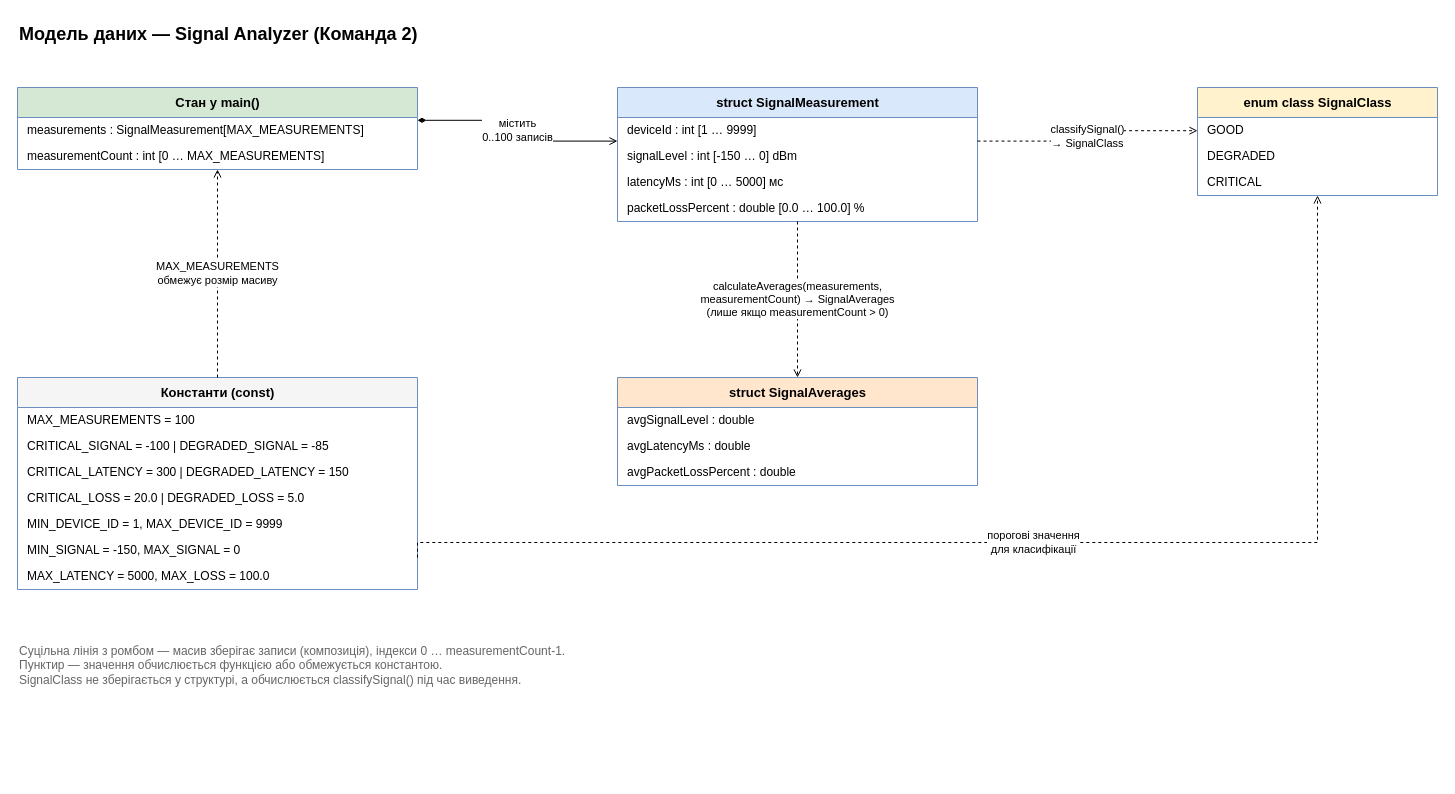
Above: services/signal-analyzer/docs/data-model.drawio in lviv-polytechnic-sap/network-operations-simulator (draw.io), before the change. Source tidied: cells renumbered, new cells numbered last; positions are measured from the earlier drawing's top-left corner, leaving out a move shared by most shapes. Both pictures are drawn from the tidied source at 100%, with x=0, y=0 at pixel (17, 17).
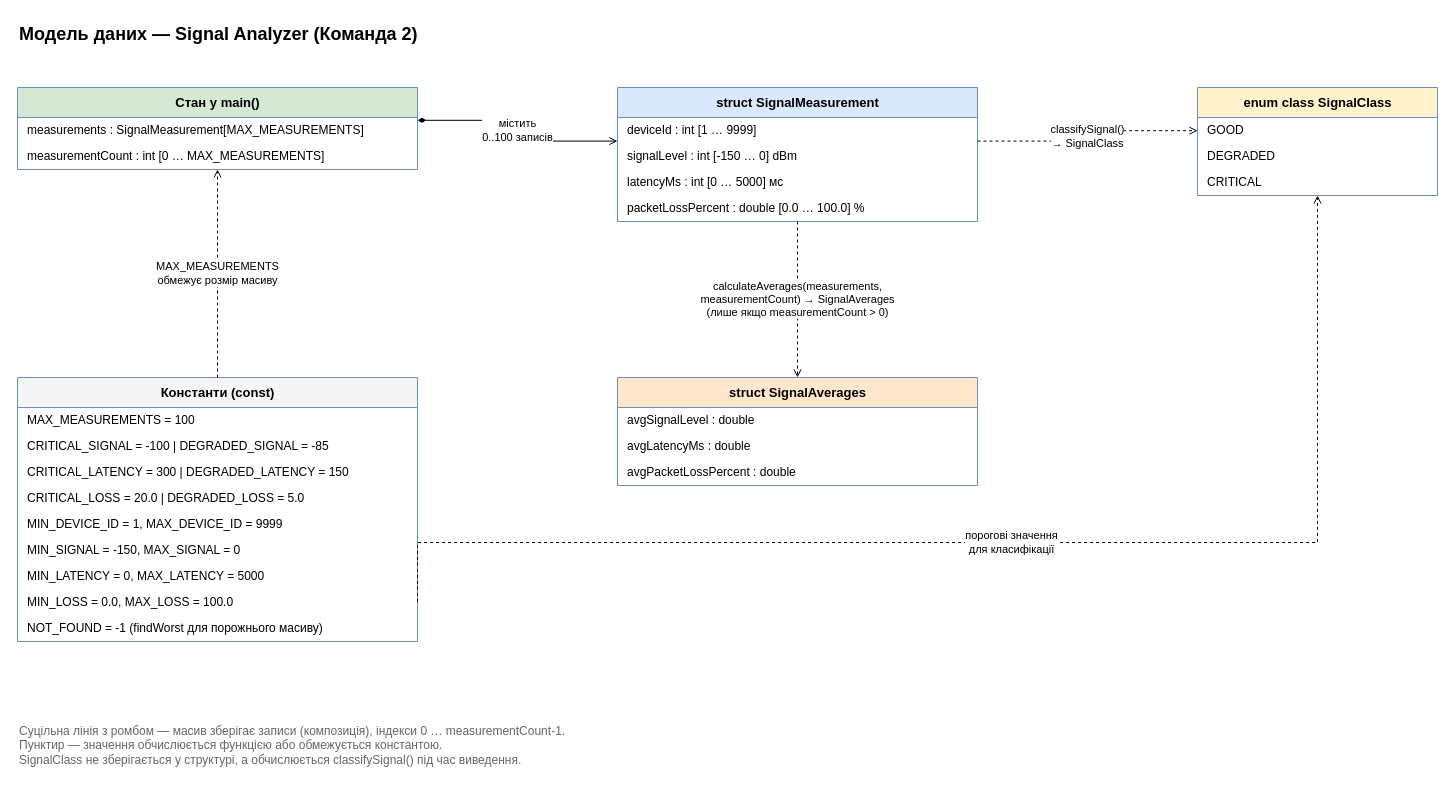
After the change.

Commit message (it also covers changes not shown here):
Add lower bound constants to data model diagram after review

The change refers to these unchanged cells:
```xml
<mxCell id="3" value="struct SignalMeasurement" style="swimlane;fontStyle=1;horizontal=1;startSize=30;html=1;fillColor=#dae8fc;strokeColor=#6c8ebf;fontSize=13;" parent="1" vertex="1">
  <mxGeometry x="600" y="70" width="360" height="134" as="geometry" />
</mxCell>
<mxCell id="8" value="Стан у main()" style="swimlane;fontStyle=1;horizontal=1;startSize=30;html=1;fillColor=#d5e8d4;strokeColor=#6c8ebf;fontSize=13;" parent="1" vertex="1">
  <mxGeometry y="70" width="400" height="82" as="geometry" />
</mxCell>
<mxCell id="11" value="enum class SignalClass" style="swimlane;fontStyle=1;horizontal=1;startSize=30;html=1;fillColor=#fff2cc;strokeColor=#6c8ebf;fontSize=13;" parent="1" vertex="1">
  <mxGeometry x="1180" y="70" width="240" height="108" as="geometry" />
</mxCell>
<mxCell id="15" value="struct SignalAverages" style="swimlane;fontStyle=1;horizontal=1;startSize=30;html=1;fillColor=#ffe6cc;strokeColor=#6c8ebf;fontSize=13;" parent="1" vertex="1">
  <mxGeometry x="600" y="360" width="360" height="108" as="geometry" />
</mxCell>
```

Diff of the diagram source:
```diff
@@
     <mxCell id="19" value="Константи (const)" style="swimlane;fontStyle=1;horizontal=1;startSize=30;html=1;fillColor=#f5f5f5;strokeColor=#6c8ebf;fontSize=13;" parent="1" vertex="1">
-      <mxGeometry y="360" width="400" height="212" as="geometry" />
+      <mxGeometry y="360" width="400" height="264" as="geometry" />
     </mxCell>
@@
-    <mxCell id="26" value="MAX_LATENCY = 5000, MAX_LOSS = 100.0" style="text;html=1;align=left;verticalAlign=middle;spacingLeft=8;fontSize=12;" parent="19" vertex="1">
+    <mxCell id="26" value="MIN_LATENCY = 0, MAX_LATENCY = 5000" style="text;html=1;align=left;verticalAlign=middle;spacingLeft=8;fontSize=12;" parent="19" vertex="1">
       <mxGeometry y="186" width="400" height="26" as="geometry" />
     </mxCell>
-    <mxCell id="27" value="містить&lt;br&gt;0..100 записів" style="edgeStyle=orthogonalEdgeStyle;rounded=0;html=1;endArrow=block;endFill=1;fontSize=11;labelBackgroundColor=#ffffff;endArrow=open;endFill=0;startArrow=diamondThin;startFill=1;exitX=1;exitY=0.4;exitDx=0;exitDy=0;entryX=0;entryY=0.4;entryDx=0;entryDy=0;" parent="1" edge="1" source="8" target="3">
-      <mxGeometry relative="1" as="geometry" />
+    <mxCell id="27" value="MIN_LOSS = 0.0, MAX_LOSS = 100.0" style="text;html=1;align=left;verticalAlign=middle;spacingLeft=8;fontSize=12;" parent="19" vertex="1">
+      <mxGeometry y="212" width="400" height="26" as="geometry" />
     </mxCell>
-    <mxCell id="28" value="classifySignal()&lt;br&gt;→ SignalClass" style="edgeStyle=orthogonalEdgeStyle;rounded=0;html=1;endArrow=block;endFill=1;fontSize=11;labelBackgroundColor=#ffffff;endArrow=open;endFill=0;dashed=1;exitX=1;exitY=0.4;exitDx=0;exitDy=0;entryX=0;entryY=0.4;entryDx=0;entryDy=0;" parent="1" edge="1" source="3" target="11">
-      <mxGeometry relative="1" as="geometry" />
+    <mxCell id="28" value="NOT_FOUND = -1 (findWorst для порожнього масиву)" style="text;html=1;align=left;verticalAlign=middle;spacingLeft=8;fontSize=12;" parent="19" vertex="1">
+      <mxGeometry y="238" width="400" height="26" as="geometry" />
     </mxCell>
-    <mxCell id="29" value="calculateAverages(measurements,&lt;br&gt;measurementCount) → SignalAverages&lt;br&gt;(лише якщо measurementCount &amp;gt; 0)" style="edgeStyle=orthogonalEdgeStyle;rounded=0;html=1;endArrow=block;endFill=1;fontSize=11;labelBackgroundColor=#ffffff;endArrow=open;endFill=0;dashed=1;exitX=0.5;exitY=1;exitDx=0;exitDy=0;entryX=0.5;entryY=0;entryDx=0;entryDy=0;" parent="1" edge="1" source="3" target="15">
+    <mxCell id="29" value="містить&lt;br&gt;0..100 записів" style="edgeStyle=orthogonalEdgeStyle;rounded=0;html=1;endArrow=block;endFill=1;fontSize=11;labelBackgroundColor=#ffffff;endArrow=open;endFill=0;startArrow=diamondThin;startFill=1;exitX=1;exitY=0.4;exitDx=0;exitDy=0;entryX=0;entryY=0.4;entryDx=0;entryDy=0;" parent="1" edge="1" source="8" target="3">
       <mxGeometry relative="1" as="geometry" />
     </mxCell>
-    <mxCell id="30" value="MAX_MEASUREMENTS&lt;br&gt;обмежує розмір масиву" style="edgeStyle=orthogonalEdgeStyle;rounded=0;html=1;endArrow=block;endFill=1;fontSize=11;labelBackgroundColor=#ffffff;endArrow=open;endFill=0;dashed=1;exitX=0.5;exitY=0;exitDx=0;exitDy=0;entryX=0.5;entryY=1;entryDx=0;entryDy=0;" parent="1" edge="1" source="19" target="8">
+    <mxCell id="30" value="classifySignal()&lt;br&gt;→ SignalClass" style="edgeStyle=orthogonalEdgeStyle;rounded=0;html=1;endArrow=block;endFill=1;fontSize=11;labelBackgroundColor=#ffffff;endArrow=open;endFill=0;dashed=1;exitX=1;exitY=0.4;exitDx=0;exitDy=0;entryX=0;entryY=0.4;entryDx=0;entryDy=0;" parent="1" edge="1" source="3" target="11">
       <mxGeometry relative="1" as="geometry" />
     </mxCell>
-    <mxCell id="31" value="порогові значення&lt;br&gt;для класифікації" style="edgeStyle=orthogonalEdgeStyle;rounded=0;html=1;endArrow=block;endFill=1;fontSize=11;labelBackgroundColor=#ffffff;endArrow=open;endFill=0;dashed=1;exitX=1;exitY=0.85;exitDx=0;exitDy=0;entryX=0.5;entryY=1;entryDx=0;entryDy=0;" parent="1" edge="1" source="19" target="11">
-      <mxGeometry relative="1" as="geometry">
-        <Array as="points">
-          <mxPoint x="1300" y="525" />
-        </Array>
-      </mxGeometry>
+    <mxCell id="31" value="calculateAverages(measurements,&lt;br&gt;measurementCount) → SignalAverages&lt;br&gt;(лише якщо measurementCount &amp;gt; 0)" style="edgeStyle=orthogonalEdgeStyle;rounded=0;html=1;endArrow=block;endFill=1;fontSize=11;labelBackgroundColor=#ffffff;endArrow=open;endFill=0;dashed=1;exitX=0.5;exitY=1;exitDx=0;exitDy=0;entryX=0.5;entryY=0;entryDx=0;entryDy=0;" parent="1" edge="1" source="3" target="15">
+      <mxGeometry relative="1" as="geometry" />
     </mxCell>
-    <mxCell id="32" value="Суцільна лінія з ромбом — масив зберігає записи (композиція), індекси 0 … measurementCount-1.&lt;br&gt;Пунктир — значення обчислюється функцією або обмежується константою.&lt;br&gt;SignalClass не зберігається у структурі, а обчислюється classifySignal() під час виведення." style="text;html=1;align=left;fontSize=12;fontColor=#666666;" parent="1" vertex="1">
-      <mxGeometry y="620" width="1000" height="60" as="geometry" />
+    <mxCell id="32" value="MAX_MEASUREMENTS&lt;br&gt;обмежує розмір масиву" style="edgeStyle=orthogonalEdgeStyle;rounded=0;html=1;endArrow=block;endFill=1;fontSize=11;labelBackgroundColor=#ffffff;endArrow=open;endFill=0;dashed=1;exitX=0.5;exitY=0;exitDx=0;exitDy=0;entryX=0.5;entryY=1;entryDx=0;entryDy=0;" parent="1" edge="1" source="19" target="8">
+      <mxGeometry relative="1" as="geometry" />
     </mxCell>
+    <mxCell id="33" value="порогові значення&lt;br&gt;для класифікації" style="edgeStyle=orthogonalEdgeStyle;rounded=0;html=1;endArrow=block;endFill=1;fontSize=11;labelBackgroundColor=#ffffff;endArrow=open;endFill=0;dashed=1;exitX=1;exitY=0.85;exitDx=0;exitDy=0;entryX=0.5;entryY=1;entryDx=0;entryDy=0;" parent="1" edge="1" source="19" target="11">
+      <mxGeometry relative="1" as="geometry">
+        <Array as="points">
+          <mxPoint x="1300" y="525" />
+        </Array>
+      </mxGeometry>
+    </mxCell>
+    <mxCell id="34" value="Суцільна лінія з ромбом — масив зберігає записи (композиція), індекси 0 … measurementCount-1.&lt;br&gt;Пунктир — значення обчислюється функцією або обмежується константою.&lt;br&gt;SignalClass не зберігається у структурі, а обчислюється classifySignal() під час виведення." style="text;html=1;align=left;fontSize=12;fontColor=#666666;" parent="1" vertex="1">
+      <mxGeometry y="700" width="1000" height="60" as="geometry" />
+    </mxCell>
```
